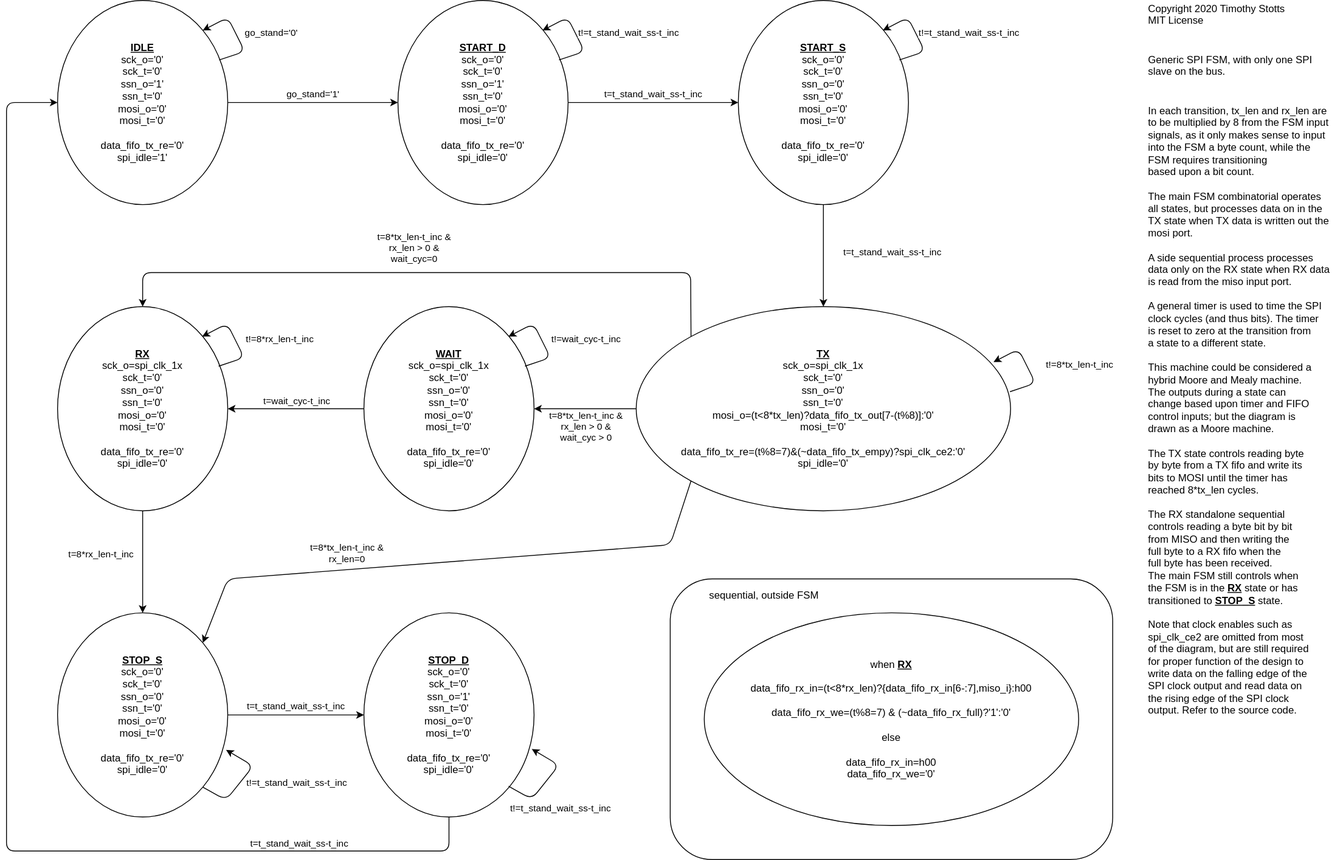
This is ACL-Tester-Design-Documents/ACL-Tester-Design-Diagrams-SPI-generic-FSM.svg from timothystotts/fpga-serial-acl-tester-1, a draw.io export, as it was before one commit. Source tidied: cells renumbered, new cells last; positions are measured from the earlier drawing's top-left corner, leaving out a move shared by most shapes.
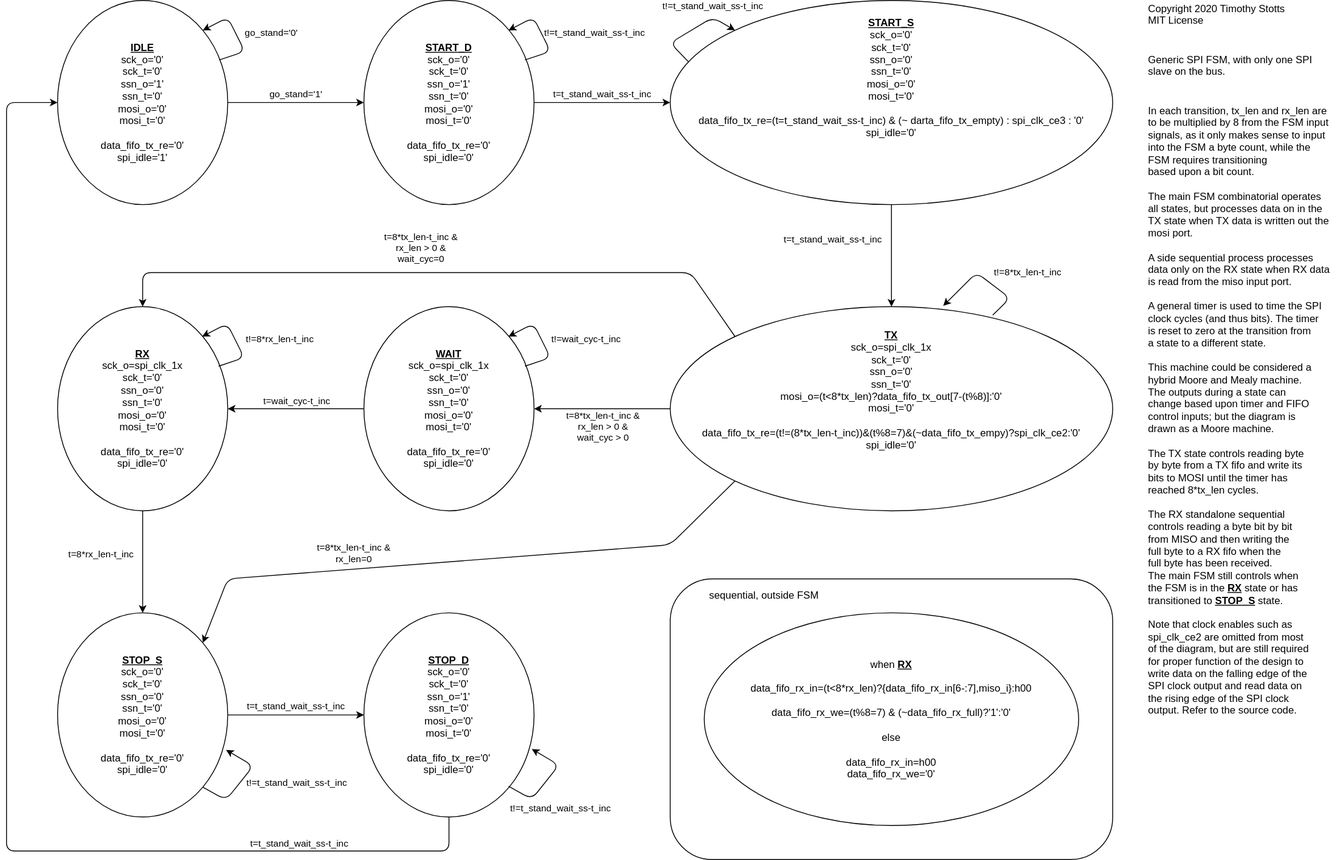
The same diagram one commit later.

Commit message:
The ACL Tester Design Diagrams was updated to revision 19A with more details on the Generic Standard SPI Single Slave driver FSM.

The edit, as a diff of the source:
```diff
@@ -6,7 +6,7 @@
       <mxGeometry x="60" width="200" height="240" as="geometry" />
     </mxCell>
     <mxCell id="3" value="&lt;b&gt;&lt;u&gt;START_D&lt;br&gt;&lt;/u&gt;&lt;/b&gt;sck_o='0'&lt;br&gt;sck_t='0'&lt;br&gt;ssn_o='1'&lt;br&gt;ssn_t='0'&lt;br&gt;mosi_o='0'&lt;br&gt;mosi_t='0'&lt;br&gt;&lt;br&gt;data_fifo_tx_re='0'&lt;br&gt;spi_idle='0'" style="ellipse;whiteSpace=wrap;html=1;" parent="1" vertex="1">
-      <mxGeometry x="460" width="200" height="240" as="geometry" />
+      <mxGeometry x="420" width="200" height="240" as="geometry" />
     </mxCell>
     <mxCell id="4" value="go_stand='1'" style="endArrow=classic;html=1;exitX=1;exitY=0.5;exitDx=0;exitDy=0;entryX=0;entryY=0.5;entryDx=0;entryDy=0;" parent="1" edge="1" source="2" target="3">
       <mxGeometry y="10" relative="1" as="geometry" />
@@ -25,19 +25,19 @@
         <mxPoint x="41.8" y="1" as="offset" />
       </mxGeometry>
     </mxCell>
-    <mxCell id="7" value="&lt;b&gt;&lt;u&gt;START_S&lt;br&gt;&lt;/u&gt;&lt;/b&gt;sck_o='0'&lt;br&gt;sck_t='0'&lt;br&gt;ssn_o='0'&lt;br&gt;ssn_t='0'&lt;br&gt;mosi_o='0'&lt;br&gt;mosi_t='0'&lt;br&gt;&lt;br&gt;data_fifo_tx_re='0'&lt;br&gt;spi_idle='0'" style="ellipse;whiteSpace=wrap;html=1;" parent="1" vertex="1">
-      <mxGeometry x="860" width="200" height="240" as="geometry" />
+    <mxCell id="7" value="&lt;b&gt;&lt;u&gt;START_S&lt;br&gt;&lt;/u&gt;&lt;/b&gt;sck_o='0'&lt;br&gt;sck_t='0'&lt;br&gt;ssn_o='0'&lt;br&gt;ssn_t='0'&lt;br&gt;mosi_o='0'&lt;br&gt;mosi_t='0'&lt;br&gt;&lt;br&gt;data_fifo_tx_re=(t=t_stand_wait_ss-t_inc) &amp;amp; (~ darta_fifo_tx_empty) : spi_clk_ce3 : '0'&lt;br&gt;spi_idle='0'&lt;br&gt;&lt;br&gt;&lt;br&gt;&lt;br&gt;&lt;br&gt;" style="ellipse;whiteSpace=wrap;html=1;" parent="1" vertex="1">
+      <mxGeometry x="780" width="520" height="240" as="geometry" />
     </mxCell>
     <mxCell id="8" value="t=t_stand_wait_ss-t_inc" style="endArrow=classic;html=1;exitX=1;exitY=0.5;exitDx=0;exitDy=0;entryX=0;entryY=0.5;entryDx=0;entryDy=0;" parent="1" edge="1" source="3" target="7">
       <mxGeometry y="10" relative="1" as="geometry" />
     </mxCell>
     <mxCell id="9" style="endArrow=classic;html=1;entryX=1;entryY=0;entryDx=0;entryDy=0;" parent="1" edge="1">
       <mxGeometry relative="1" as="geometry">
-        <mxPoint x="649.3" y="70" as="sourcePoint" />
-        <mxPoint x="630" y="35.1" as="targetPoint" />
+        <mxPoint x="609.3" y="70" as="sourcePoint" />
+        <mxPoint x="590" y="35.1" as="targetPoint" />
         <Array as="points">
-          <mxPoint x="679.3" y="60" />
-          <mxPoint x="659.3" y="20" />
+          <mxPoint x="639.3" y="60" />
+          <mxPoint x="619.3" y="20" />
         </Array>
       </mxGeometry>
     </mxCell>
@@ -46,32 +46,21 @@
         <mxPoint x="62.5" y="1" as="offset" />
       </mxGeometry>
     </mxCell>
-    <mxCell id="11" value="&lt;b&gt;&lt;u&gt;TX&lt;br&gt;&lt;/u&gt;&lt;/b&gt;sck_o=spi_clk_1x&lt;br&gt;sck_t='0'&lt;br&gt;ssn_o='0'&lt;br&gt;ssn_t='0'&lt;br&gt;mosi_o=(t&amp;lt;8*tx_len)?data_fifo_tx_out[7-(t%8)]:'0'&lt;br&gt;mosi_t='0'&lt;br&gt;&lt;br&gt;data_fifo_tx_re=(t%8=7)&amp;amp;(~data_fifo_tx_empy)?spi_clk_ce2:'0'&lt;br&gt;spi_idle='0'" style="ellipse;whiteSpace=wrap;html=1;" parent="1" vertex="1">
-      <mxGeometry x="740" y="360" width="440" height="240" as="geometry" />
+    <mxCell id="11" value="&lt;b&gt;&lt;u&gt;TX&lt;br&gt;&lt;/u&gt;&lt;/b&gt;sck_o=spi_clk_1x&lt;br&gt;sck_t='0'&lt;br&gt;ssn_o='0'&lt;br&gt;ssn_t='0'&lt;br&gt;mosi_o=(t&amp;lt;8*tx_len)?data_fifo_tx_out[7-(t%8)]:'0'&lt;br&gt;mosi_t='0'&lt;br&gt;&lt;br&gt;data_fifo_tx_re=(t!=(8*tx_len-t_inc))&amp;amp;(t%8=7)&amp;amp;(~data_fifo_tx_empy)?spi_clk_ce2:'0'&lt;br&gt;spi_idle='0'&lt;br&gt;&lt;br&gt;&lt;br&gt;&lt;br&gt;" style="ellipse;whiteSpace=wrap;html=1;" parent="1" vertex="1">
+      <mxGeometry x="780" y="360" width="520" height="240" as="geometry" />
     </mxCell>
     <mxCell id="12" style="endArrow=classic;html=1;exitX=0.5;exitY=1;exitDx=0;exitDy=0;entryX=0.5;entryY=0;entryDx=0;entryDy=0;" parent="1" edge="1" source="7" target="11">
-      <mxGeometry relative="1" as="geometry" />
+      <mxGeometry relative="1" as="geometry">
+        <Array as="points">
+          <mxPoint x="1040" y="290" />
+        </Array>
+      </mxGeometry>
     </mxCell>
     <mxCell id="13" value="t=t_stand_wait_ss-t_inc" style="edgeLabel;html=1;align=center;verticalAlign=middle;" parent="12" vertex="1">
       <mxGeometry x="-0.13" y="2" relative="1" as="geometry">
-        <mxPoint x="78" y="3" as="offset" />
+        <mxPoint x="-72" y="-12" as="offset" />
       </mxGeometry>
     </mxCell>
-    <mxCell id="14" style="endArrow=classic;html=1;entryX=1;entryY=0;entryDx=0;entryDy=0;" parent="1" edge="1">
-      <mxGeometry relative="1" as="geometry">
-        <mxPoint x="1049.3" y="70" as="sourcePoint" />
-        <mxPoint x="1030" y="35.1" as="targetPoint" />
-        <Array as="points">
-          <mxPoint x="1079.3" y="60" />
-          <mxPoint x="1059.3" y="20" />
-        </Array>
-      </mxGeometry>
-    </mxCell>
-    <mxCell id="15" value="t!=t_stand_wait_ss-t_inc" style="edgeLabel;html=1;align=center;verticalAlign=middle;" parent="14" vertex="1">
-      <mxGeometry x="0.05" relative="1" as="geometry">
-        <mxPoint x="62.5" y="1" as="offset" />
-      </mxGeometry>
-    </mxCell>
     <mxCell id="16" value="&lt;b&gt;&lt;u&gt;WAIT&lt;br&gt;&lt;/u&gt;&lt;/b&gt;sck_o=spi_clk_1x&lt;br&gt;sck_t='0'&lt;br&gt;ssn_o='0'&lt;br&gt;ssn_t='0'&lt;br&gt;mosi_o='0'&lt;br&gt;mosi_t='0'&lt;br&gt;&lt;br&gt;data_fifo_tx_re='0'&lt;br&gt;spi_idle='0'" style="ellipse;whiteSpace=wrap;html=1;" parent="1" vertex="1">
       <mxGeometry x="420" y="360" width="200" height="240" as="geometry" />
     </mxCell>
@@ -131,19 +120,18 @@
         <mxPoint x="27.8" y="-21.4" as="offset" />
       </mxGeometry>
     </mxCell>
-    <mxCell id="29" style="endArrow=classic;html=1;entryX=1;entryY=0;entryDx=0;entryDy=0;" parent="1" edge="1">
+    <mxCell id="29" style="endArrow=classic;html=1;entryX=0.617;entryY=-0.004;entryDx=0;entryDy=0;entryPerimeter=0;" parent="1" edge="1" target="11">
       <mxGeometry relative="1" as="geometry">
-        <mxPoint x="1179.3" y="460" as="sourcePoint" />
-        <mxPoint x="1160" y="425.1" as="targetPoint" />
+        <mxPoint x="1159" y="370" as="sourcePoint" />
         <Array as="points">
-          <mxPoint x="1209.3" y="450" />
-          <mxPoint x="1189.3" y="410" />
+          <mxPoint x="1179.3" y="350" />
+          <mxPoint x="1140" y="320" />
         </Array>
       </mxGeometry>
     </mxCell>
     <mxCell id="30" value="t!=8*tx_len-t_inc" style="edgeLabel;html=1;align=center;verticalAlign=middle;" parent="29" vertex="1">
       <mxGeometry x="0.05" relative="1" as="geometry">
-        <mxPoint x="62.5" y="1" as="offset" />
+        <mxPoint x="53.7" y="-4.8" as="offset" />
       </mxGeometry>
     </mxCell>
     <mxCell id="31" value="&lt;b&gt;&lt;u&gt;STOP_D&lt;br&gt;&lt;/u&gt;&lt;/b&gt;sck_o='0'&lt;br&gt;sck_t='0'&lt;br&gt;ssn_o='1'&lt;br&gt;ssn_t='0'&lt;br&gt;mosi_o='0'&lt;br&gt;mosi_t='0'&lt;br&gt;&lt;br&gt;data_fifo_tx_re='0'&lt;br&gt;spi_idle='0'" style="ellipse;whiteSpace=wrap;html=1;" parent="1" vertex="1">
@@ -242,5 +230,18 @@
         <mxPoint x="10.7" y="35.4" as="offset" />
       </mxGeometry>
     </mxCell>
+    <mxCell id="49" style="endArrow=classic;html=1;exitX=0.041;exitY=0.3;exitDx=0;exitDy=0;exitPerimeter=0;entryX=0;entryY=0;entryDx=0;entryDy=0;" parent="1" edge="1" source="7" target="7">
+      <mxGeometry relative="1" as="geometry">
+        <Array as="points">
+          <mxPoint x="780" y="50" />
+          <mxPoint x="830" y="20" />
+        </Array>
+      </mxGeometry>
+    </mxCell>
+    <mxCell id="15" value="t!=t_stand_wait_ss-t_inc" style="edgeLabel;html=1;align=center;verticalAlign=middle;" parent="49" vertex="1">
+      <mxGeometry x="0.03" y="-1" relative="1" as="geometry">
+        <mxPoint x="23.2" y="-28.6" as="offset" />
+      </mxGeometry>
+    </mxCell>
   </root>
 </mxGraphModel>
```
